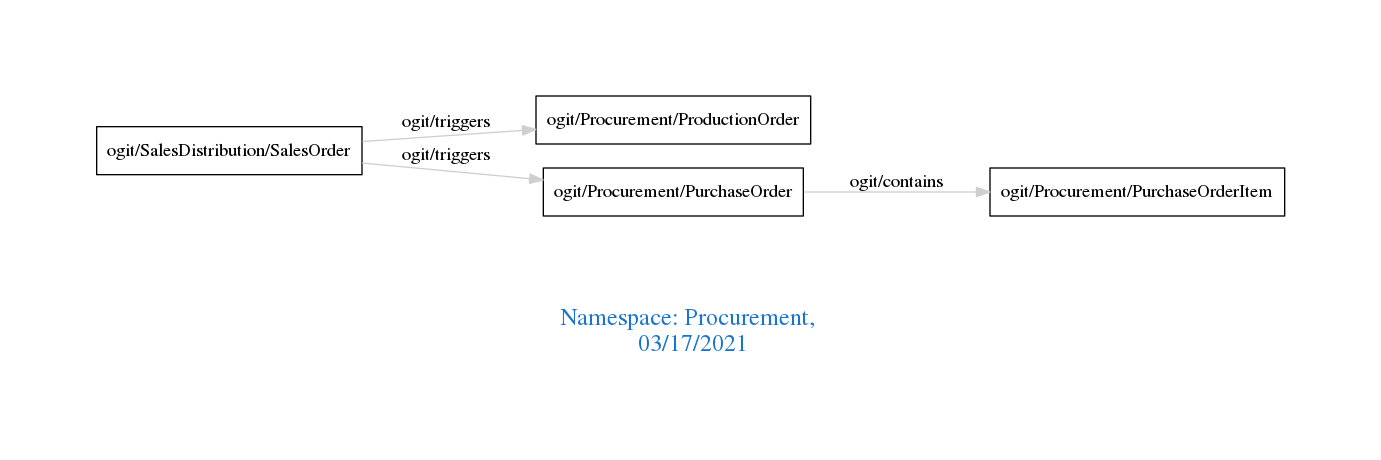
This is downloads/Procurement.png from arago/OGIT, a Graphviz export, as it was before one commit. Its source is kept beside it as downloads/Procurement.dot.
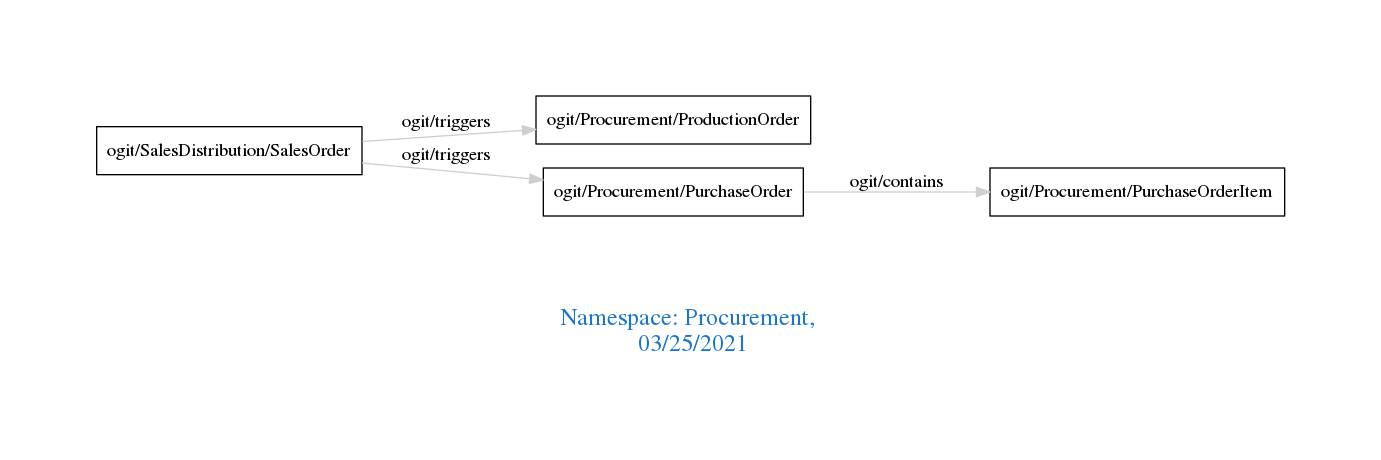
Later version of the same file.

Diff of the diagram source:
```diff
@@ -1,7 +1,7 @@
 digraph OGIT_ontology {
  graph [ rankdir= LR,pad=1
 fontsize = 18,
-fontcolor= dodgerblue3,label = "\n\n\nNamespace: Procurement, \n 03/17/2021"];
+fontcolor= dodgerblue3,label = "\n\n\nNamespace: Procurement, \n 03/25/2021"];
 node[shape=polygon];
 edge [  color="gray81"];
 
```
